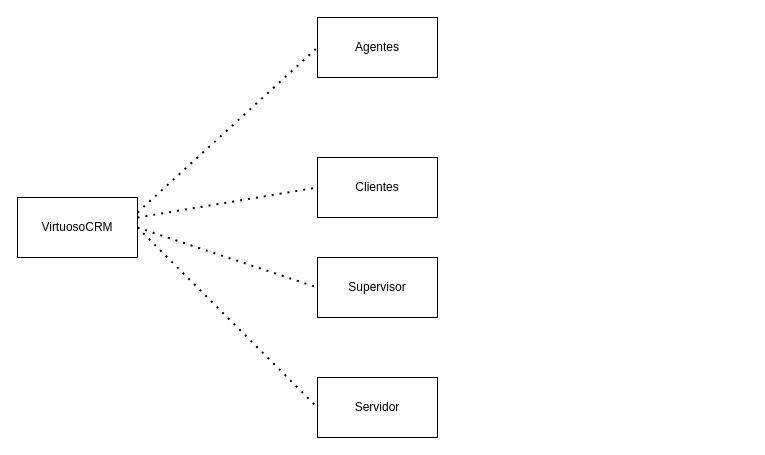
This is Diagrama sin título.drawio from JuanMartinez1906/Primer-Commit-1, a draw.io file, before an edit. Source tidied: cells renumbered, new cells numbered last; positions are measured from the earlier drawing's top-left corner, leaving out a move shared by most shapes. Both pictures are drawn from the tidied source at 100%, with x=0, y=0 at pixel (17, 17).
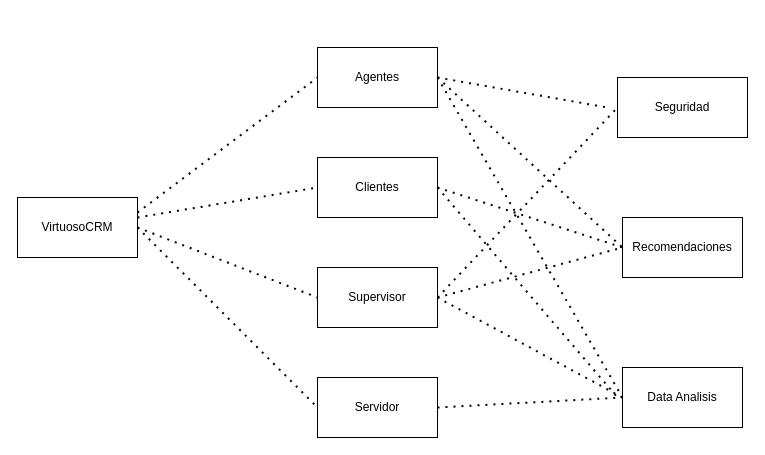
After the change.

The change refers to these unchanged cells:
```xml
<mxCell id="4" value="Clientes" style="rounded=0;whiteSpace=wrap;html=1;" parent="1" vertex="1">
  <mxGeometry x="300" y="140" width="120" height="60" as="geometry" />
</mxCell>
<mxCell id="9" value="Servidor" style="rounded=0;whiteSpace=wrap;html=1;" parent="1" vertex="1">
  <mxGeometry x="300" y="360" width="120" height="60" as="geometry" />
</mxCell>
```

Change to the diagram source:
```diff
@@
     <mxCell id="3" value="Agentes" style="rounded=0;whiteSpace=wrap;html=1;" parent="1" vertex="1">
-      <mxGeometry x="300" width="120" height="60" as="geometry" />
+      <mxGeometry x="300" y="30" width="120" height="60" as="geometry" />
     </mxCell>
@@
     <mxCell id="5" value="Supervisor" style="rounded=0;whiteSpace=wrap;html=1;" parent="1" vertex="1">
-      <mxGeometry x="300" y="240" width="120" height="60" as="geometry" />
+      <mxGeometry x="300" y="250" width="120" height="60" as="geometry" />
     </mxCell>
@@
+    <mxCell id="11" value="Seguridad" style="rounded=0;whiteSpace=wrap;html=1;" parent="1" vertex="1">
+      <mxGeometry x="600" y="60" width="130" height="60" as="geometry" />
+    </mxCell>
+    <mxCell id="12" value="Recomendaciones" style="rounded=0;whiteSpace=wrap;html=1;" parent="1" vertex="1">
+      <mxGeometry x="605" y="200" width="120" height="60" as="geometry" />
+    </mxCell>
+    <mxCell id="13" value="Data Analisis" style="rounded=0;whiteSpace=wrap;html=1;" parent="1" vertex="1">
+      <mxGeometry x="605" y="350" width="120" height="60" as="geometry" />
+    </mxCell>
+    <mxCell id="14" style="endArrow=none;dashed=1;html=1;dashPattern=1 3;strokeWidth=2;rounded=0;exitX=1;exitY=0.5;exitDx=0;exitDy=0;entryX=0;entryY=0.5;entryDx=0;entryDy=0;" parent="1" edge="1" source="4" target="12">
+      <mxGeometry relative="1" as="geometry" />
+    </mxCell>
+    <mxCell id="15" style="endArrow=none;dashed=1;html=1;dashPattern=1 3;strokeWidth=2;rounded=0;exitX=1;exitY=0.5;exitDx=0;exitDy=0;entryX=0;entryY=0.5;entryDx=0;entryDy=0;" parent="1" edge="1" source="5" target="12">
+      <mxGeometry relative="1" as="geometry" />
+    </mxCell>
+    <mxCell id="16" style="endArrow=none;dashed=1;html=1;dashPattern=1 3;strokeWidth=2;rounded=0;exitX=1;exitY=0.5;exitDx=0;exitDy=0;entryX=0;entryY=0.5;entryDx=0;entryDy=0;" parent="1" edge="1" source="3" target="12">
+      <mxGeometry relative="1" as="geometry" />
+    </mxCell>
+    <mxCell id="17" style="endArrow=none;dashed=1;html=1;dashPattern=1 3;strokeWidth=2;rounded=0;exitX=1;exitY=0.5;exitDx=0;exitDy=0;entryX=0;entryY=0.5;entryDx=0;entryDy=0;" parent="1" edge="1" source="5" target="11">
+      <mxGeometry relative="1" as="geometry" />
+    </mxCell>
+    <mxCell id="18" style="endArrow=none;dashed=1;html=1;dashPattern=1 3;strokeWidth=2;rounded=0;exitX=1;exitY=0.5;exitDx=0;exitDy=0;" parent="1" edge="1" source="3">
+      <mxGeometry relative="1" as="geometry">
+        <mxPoint x="590" y="90" as="targetPoint" />
+      </mxGeometry>
+    </mxCell>
+    <mxCell id="19" style="endArrow=none;dashed=1;html=1;dashPattern=1 3;strokeWidth=2;rounded=0;exitX=1;exitY=0.5;exitDx=0;exitDy=0;entryX=0;entryY=0.5;entryDx=0;entryDy=0;" parent="1" edge="1" source="9" target="13">
+      <mxGeometry relative="1" as="geometry" />
+    </mxCell>
+    <mxCell id="20" style="endArrow=none;dashed=1;html=1;dashPattern=1 3;strokeWidth=2;rounded=0;exitX=1;exitY=0.5;exitDx=0;exitDy=0;entryX=0;entryY=0.5;entryDx=0;entryDy=0;" parent="1" edge="1" source="5" target="13">
+      <mxGeometry relative="1" as="geometry" />
+    </mxCell>
+    <mxCell id="21" style="endArrow=none;dashed=1;html=1;dashPattern=1 3;strokeWidth=2;rounded=0;exitX=1;exitY=0.5;exitDx=0;exitDy=0;" parent="1" edge="1" source="4">
+      <mxGeometry relative="1" as="geometry">
+        <mxPoint x="600" y="380" as="targetPoint" />
+      </mxGeometry>
+    </mxCell>
+    <mxCell id="22" style="endArrow=none;dashed=1;html=1;dashPattern=1 3;strokeWidth=2;rounded=0;exitX=1;exitY=0.5;exitDx=0;exitDy=0;entryX=0;entryY=0.5;entryDx=0;entryDy=0;" parent="1" edge="1" source="3" target="13">
+      <mxGeometry relative="1" as="geometry" />
+    </mxCell>
```
